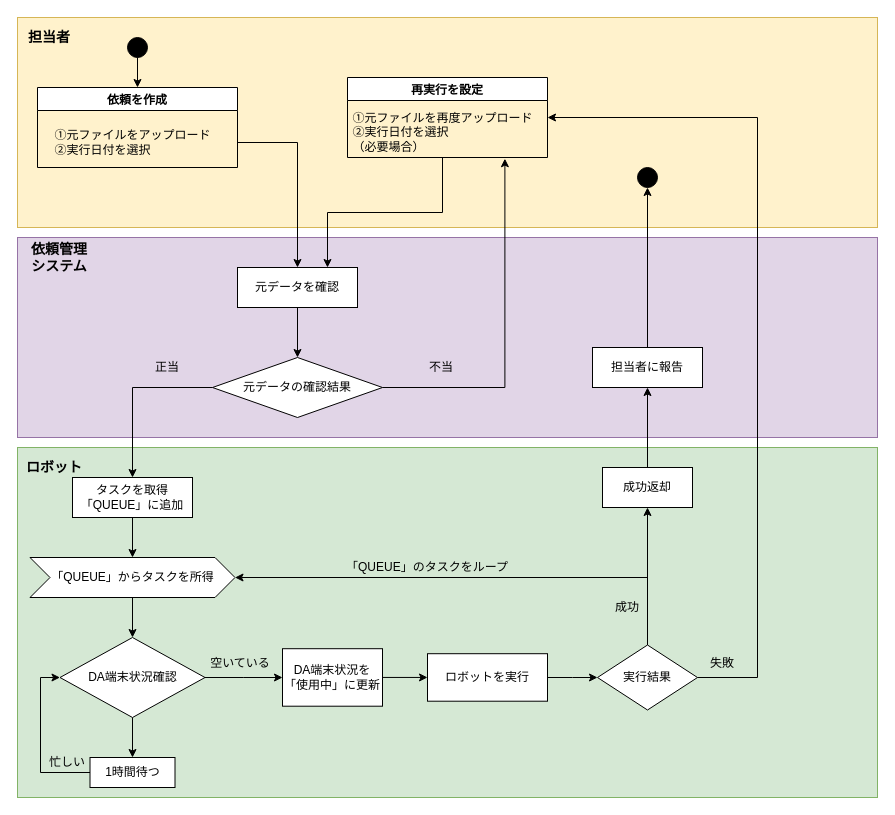
thanhnt0804/hello keeps this draw.io diagram as 依頼管理にRPA導入.drawio. Above is the earlier version. Source tidied: cells renumbered, new cells numbered last; positions are measured from the earlier drawing's top-left corner, leaving out a move shared by most shapes. Both pictures are drawn from the tidied source at 100%, with x=0, y=0 at pixel (17, 17).
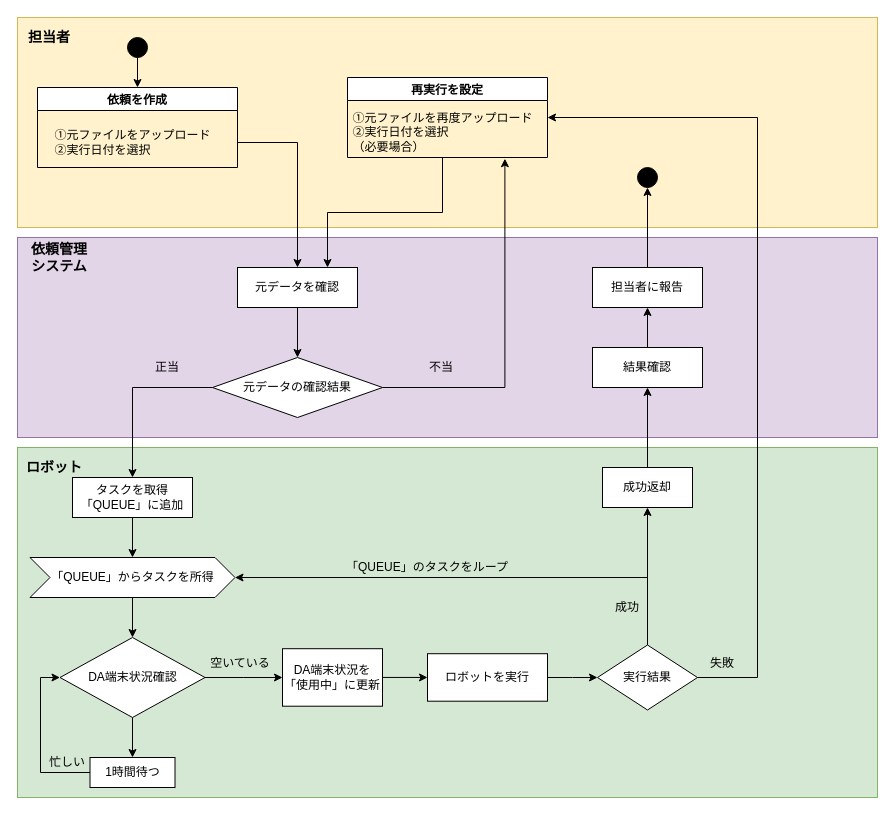
After the change.

Commit message (it also covers changes not shown here):
Update 依頼管理にRPA導入.drawio

The change refers to these unchanged cells:
```xml
<mxCell id="44" style="ellipse;whiteSpace=wrap;html=1;fillColor=#000000;" parent="1" vertex="1">
  <mxGeometry x="620" y="150" width="20" height="20" as="geometry" />
</mxCell>
```

Change to the diagram source:
```diff
@@
-    <mxCell id="42" style="edgeStyle=orthogonalEdgeStyle;rounded=0;jettySize=auto;html=1;entryX=0.5;entryY=1;entryDx=0;entryDy=0;" parent="1" edge="1" source="43" target="44">
-      <mxGeometry relative="1" as="geometry" />
-    </mxCell>
+    <mxCell id="50" style="edgeStyle=orthogonalEdgeStyle;rounded=0;jettySize=auto;html=1;" parent="1" edge="1" source="43" target="52">
+      <mxGeometry relative="1" as="geometry" />
+    </mxCell>
-    <mxCell id="43" value="担当者に報告" style="rounded=0;whiteSpace=wrap;html=1;" parent="1" vertex="1">
+    <mxCell id="43" value="結果確認" style="rounded=0;whiteSpace=wrap;html=1;" parent="1" vertex="1">
       <mxGeometry x="575" y="330" width="110" height="40" as="geometry" />
     </mxCell>
@@
+    <mxCell id="51" style="edgeStyle=orthogonalEdgeStyle;rounded=0;jettySize=auto;html=1;entryX=0.5;entryY=1;entryDx=0;entryDy=0;" parent="1" edge="1" source="52" target="44">
+      <mxGeometry relative="1" as="geometry" />
+    </mxCell>
+    <mxCell id="52" value="担当者に報告" style="rounded=0;whiteSpace=wrap;html=1;" parent="1" vertex="1">
+      <mxGeometry x="575" y="250" width="110" height="40" as="geometry" />
+    </mxCell>
```
